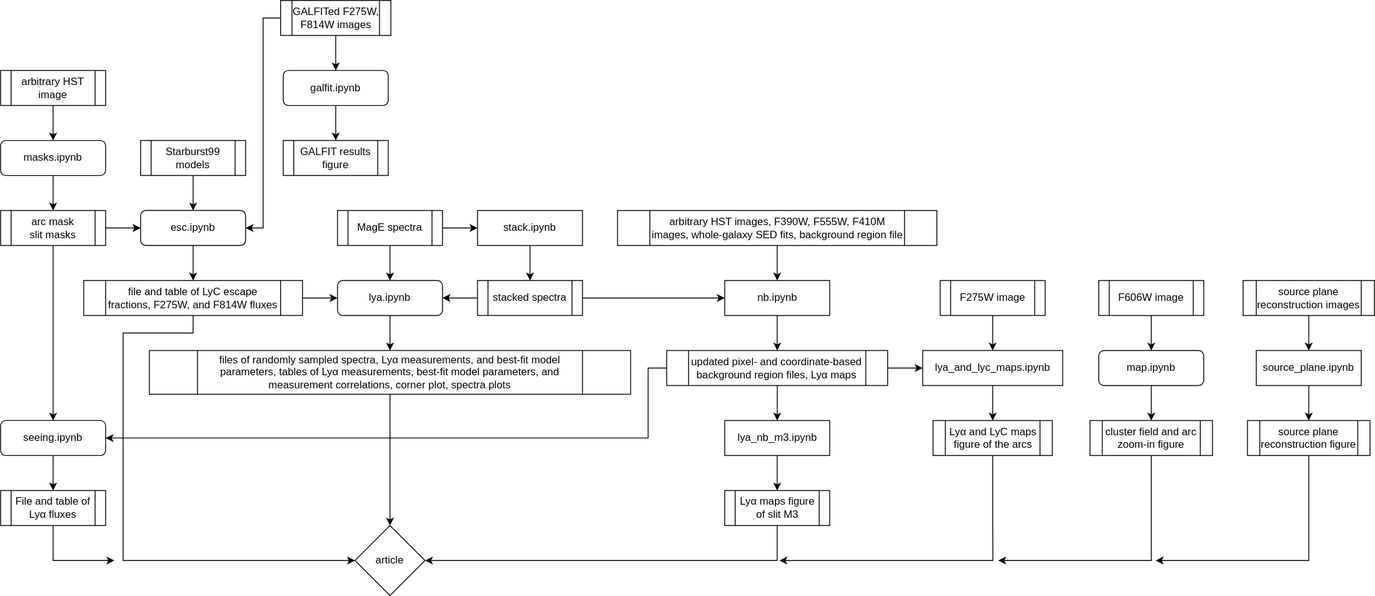
This is docs/flow.svg from mrileyowens/owens202Y, a draw.io export, as it was before one commit. Source tidied: cells renumbered, new cells last; positions are measured from the earlier drawing's top-left corner, leaving out a move shared by most shapes.
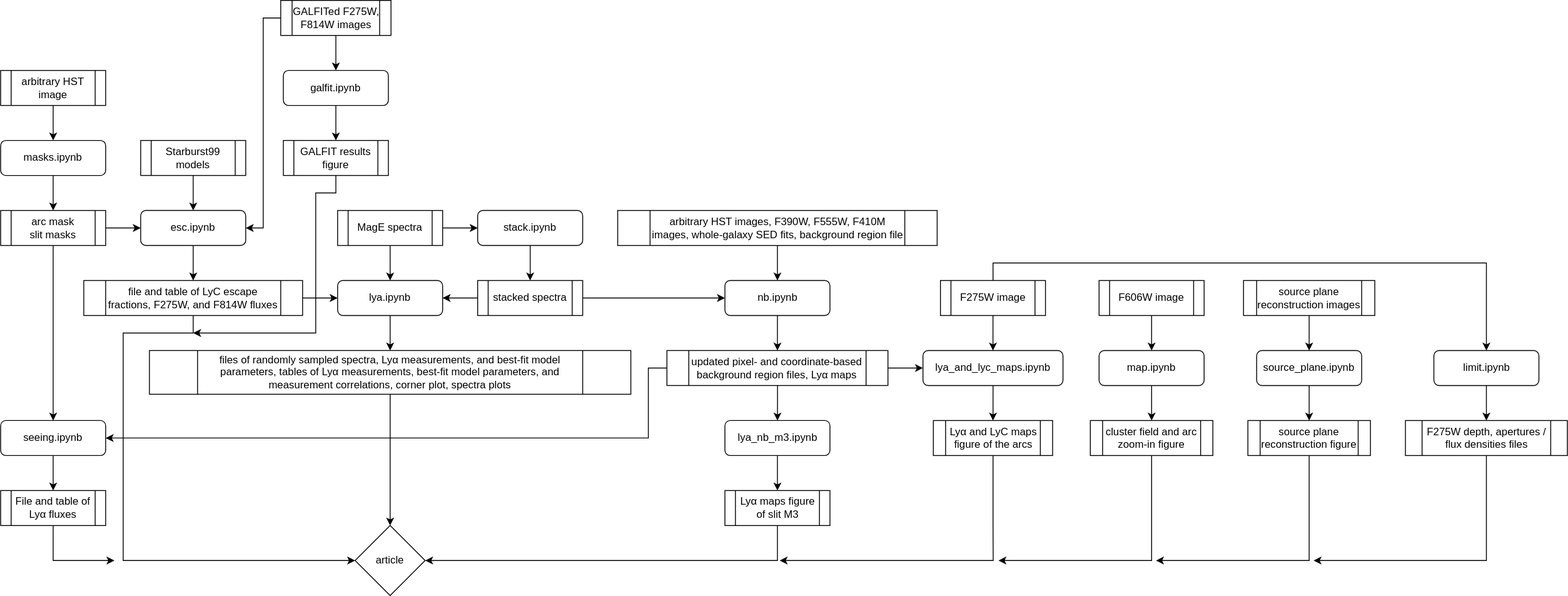
The same file after the commit.

Commit message:
Created updated flow chart that incorporates the new limit.ipynb notebook and fixes a previous mistake about the GALFIT figure

Diff of the diagram source:
```diff
@@ -46,6 +46,15 @@
     <mxCell id="14" value="galfit.ipynb" style="rounded=1;whiteSpace=wrap;html=1;" parent="1" vertex="1">
       <mxGeometry x="323" y="80" width="120" height="40" as="geometry" />
     </mxCell>
+    <mxCell id="71" style="edgeStyle=orthogonalEdgeStyle;rounded=0;jettySize=auto;html=1;" parent="1" edge="1" source="15">
+      <mxGeometry relative="1" as="geometry">
+        <mxPoint x="220" y="380" as="targetPoint" />
+        <Array as="points">
+          <mxPoint x="383" y="220" />
+          <mxPoint x="360" y="220" />
+        </Array>
+      </mxGeometry>
+    </mxCell>
     <mxCell id="15" value="GALFIT results figure" style="shape=process;whiteSpace=wrap;html=1;backgroundOutline=1;" parent="1" vertex="1">
       <mxGeometry x="323" y="160" width="120" height="40" as="geometry" />
     </mxCell>
@@ -61,7 +70,7 @@
     <mxCell id="19" style="edgeStyle=orthogonalEdgeStyle;rounded=0;jettySize=auto;html=1;entryX=0.5;entryY=0;entryDx=0;entryDy=0;" parent="1" edge="1" source="20" target="23">
       <mxGeometry relative="1" as="geometry" />
     </mxCell>
-    <mxCell id="20" value="nb.ipynb" style="rounded=0;whiteSpace=wrap;html=1;rotation=0;" parent="1" vertex="1">
+    <mxCell id="20" value="nb.ipynb" style="rounded=1;whiteSpace=wrap;html=1;rotation=0;" parent="1" vertex="1">
       <mxGeometry x="827.5" y="320" width="120" height="40" as="geometry" />
     </mxCell>
     <mxCell id="21" style="edgeStyle=orthogonalEdgeStyle;rounded=0;jettySize=auto;html=1;entryX=0.5;entryY=0;entryDx=0;entryDy=0;" parent="1" edge="1" source="23" target="28">
@@ -85,7 +94,7 @@
     <mxCell id="27" style="edgeStyle=orthogonalEdgeStyle;rounded=0;jettySize=auto;html=1;" parent="26" edge="1" source="28" target="29">
       <mxGeometry relative="1" as="geometry" />
     </mxCell>
-    <mxCell id="28" value="lya_nb_m3.ipynb" style="rounded=0;whiteSpace=wrap;html=1;" parent="26" vertex="1">
+    <mxCell id="28" value="lya_nb_m3.ipynb" style="rounded=1;whiteSpace=wrap;html=1;" parent="26" vertex="1">
       <mxGeometry width="120" height="40" as="geometry" />
     </mxCell>
     <mxCell id="29" value="Lyα maps figure of slit M3" style="shape=process;whiteSpace=wrap;html=1;backgroundOutline=1;" parent="26" vertex="1">
@@ -94,7 +103,7 @@
     <mxCell id="30" style="edgeStyle=orthogonalEdgeStyle;rounded=0;jettySize=auto;html=1;" parent="1" edge="1" source="31" target="33">
       <mxGeometry relative="1" as="geometry" />
     </mxCell>
-    <mxCell id="31" value="lya_and_lyc_maps.ipynb" style="rounded=0;whiteSpace=wrap;html=1;rotation=0;" parent="1" vertex="1">
+    <mxCell id="31" value="lya_and_lyc_maps.ipynb" style="rounded=1;whiteSpace=wrap;html=1;rotation=0;" parent="1" vertex="1">
       <mxGeometry x="1053.8" y="400" width="160" height="40" as="geometry" />
     </mxCell>
     <mxCell id="32" style="edgeStyle=orthogonalEdgeStyle;rounded=0;jettySize=auto;html=1;" parent="1" edge="1" source="33">
@@ -115,6 +124,14 @@
     <mxCell id="35" style="edgeStyle=orthogonalEdgeStyle;rounded=0;jettySize=auto;html=1;entryX=0.5;entryY=0;entryDx=0;entryDy=0;" parent="1" edge="1" source="36" target="31">
       <mxGeometry relative="1" as="geometry" />
     </mxCell>
+    <mxCell id="72" style="edgeStyle=orthogonalEdgeStyle;rounded=0;jettySize=auto;html=1;entryX=0.5;entryY=0;entryDx=0;entryDy=0;" parent="1" edge="1" source="36" target="73">
+      <mxGeometry relative="1" as="geometry">
+        <Array as="points">
+          <mxPoint x="1134" y="300" />
+          <mxPoint x="1698" y="300" />
+        </Array>
+      </mxGeometry>
+    </mxCell>
     <mxCell id="36" value="F275W image" style="shape=process;whiteSpace=wrap;html=1;backgroundOutline=1;" parent="1" vertex="1">
       <mxGeometry x="1073.8" y="320" width="120" height="40" as="geometry" />
     </mxCell>
@@ -138,7 +155,7 @@
     <mxCell id="41" value="File and table of Lyα fluxes" style="shape=process;whiteSpace=wrap;html=1;backgroundOutline=1;" parent="1" vertex="1">
       <mxGeometry y="560" width="120" height="40" as="geometry" />
     </mxCell>
-    <mxCell id="42" style="edgeStyle=orthogonalEdgeStyle;rounded=0;jettySize=auto;html=1;entryX=0;entryY=0.5;entryDx=0;entryDy=0;" parent="1" edge="1" source="59" target="48">
+    <mxCell id="42" style="edgeStyle=orthogonalEdgeStyle;rounded=0;jettySize=auto;html=1;entryX=0;entryY=0.5;entryDx=0;entryDy=0;strokeColor=#000000;curved=0;fillColor=#f8cecc;gradientColor=#ea6b66;startArrow=none;startFill=0;" parent="1" edge="1" source="59" target="48">
       <mxGeometry relative="1" as="geometry" />
     </mxCell>
     <mxCell id="43" value="Starburst99 models" style="shape=process;whiteSpace=wrap;html=1;backgroundOutline=1;" parent="1" vertex="1">
@@ -168,7 +185,7 @@
     <mxCell id="51" style="edgeStyle=orthogonalEdgeStyle;rounded=0;jettySize=auto;html=1;entryX=0.5;entryY=0;entryDx=0;entryDy=0;" parent="1" edge="1" source="52" target="54">
       <mxGeometry relative="1" as="geometry" />
     </mxCell>
-    <mxCell id="52" value="source_plane.ipynb" style="rounded=0;whiteSpace=wrap;html=1;" parent="1" vertex="1">
+    <mxCell id="52" value="source_plane.ipynb" style="rounded=1;whiteSpace=wrap;html=1;" parent="1" vertex="1">
       <mxGeometry x="1435" y="400" width="120" height="40" as="geometry" />
     </mxCell>
     <mxCell id="53" style="edgeStyle=orthogonalEdgeStyle;rounded=0;jettySize=auto;html=1;" parent="1" edge="1" source="54">
@@ -212,7 +229,7 @@
     <mxCell id="64" style="edgeStyle=orthogonalEdgeStyle;rounded=0;jettySize=auto;html=1;entryX=0.5;entryY=0;entryDx=0;entryDy=0;" parent="1" edge="1" source="65" target="67">
       <mxGeometry relative="1" as="geometry" />
     </mxCell>
-    <mxCell id="65" value="stack.ipynb" style="rounded=0;whiteSpace=wrap;html=1;rotation=0;" parent="1" vertex="1">
+    <mxCell id="65" value="stack.ipynb" style="rounded=1;whiteSpace=wrap;html=1;rotation=0;" parent="1" vertex="1">
       <mxGeometry x="545" y="240" width="120" height="40" as="geometry" />
     </mxCell>
     <mxCell id="66" style="edgeStyle=orthogonalEdgeStyle;rounded=0;jettySize=auto;html=1;entryX=1;entryY=0.5;entryDx=0;entryDy=0;" parent="1" edge="1" source="67" target="48">
@@ -245,5 +262,22 @@
         </Array>
       </mxGeometry>
     </mxCell>
+    <mxCell id="73" value="limit.ipynb" style="rounded=1;whiteSpace=wrap;html=1;" parent="1" vertex="1">
+      <mxGeometry x="1637.5" y="400" width="120" height="40" as="geometry" />
+    </mxCell>
+    <mxCell id="74" style="edgeStyle=orthogonalEdgeStyle;rounded=0;jettySize=auto;html=1;" parent="1" edge="1" source="75">
+      <mxGeometry relative="1" as="geometry">
+        <mxPoint x="1500" y="640" as="targetPoint" />
+        <Array as="points">
+          <mxPoint x="1698" y="640" />
+        </Array>
+      </mxGeometry>
+    </mxCell>
+    <mxCell id="75" value="F275W depth, apertures / flux densities files" style="shape=process;whiteSpace=wrap;html=1;backgroundOutline=1;" parent="1" vertex="1">
+      <mxGeometry x="1605" y="480" width="185" height="40" as="geometry" />
+    </mxCell>
+    <mxCell id="76" style="edgeStyle=orthogonalEdgeStyle;rounded=0;jettySize=auto;html=1;entryX=0.5;entryY=0;entryDx=0;entryDy=0;" parent="1" edge="1" source="73" target="75">
+      <mxGeometry relative="1" as="geometry" />
+    </mxCell>
   </root>
 </mxGraphModel>
```
